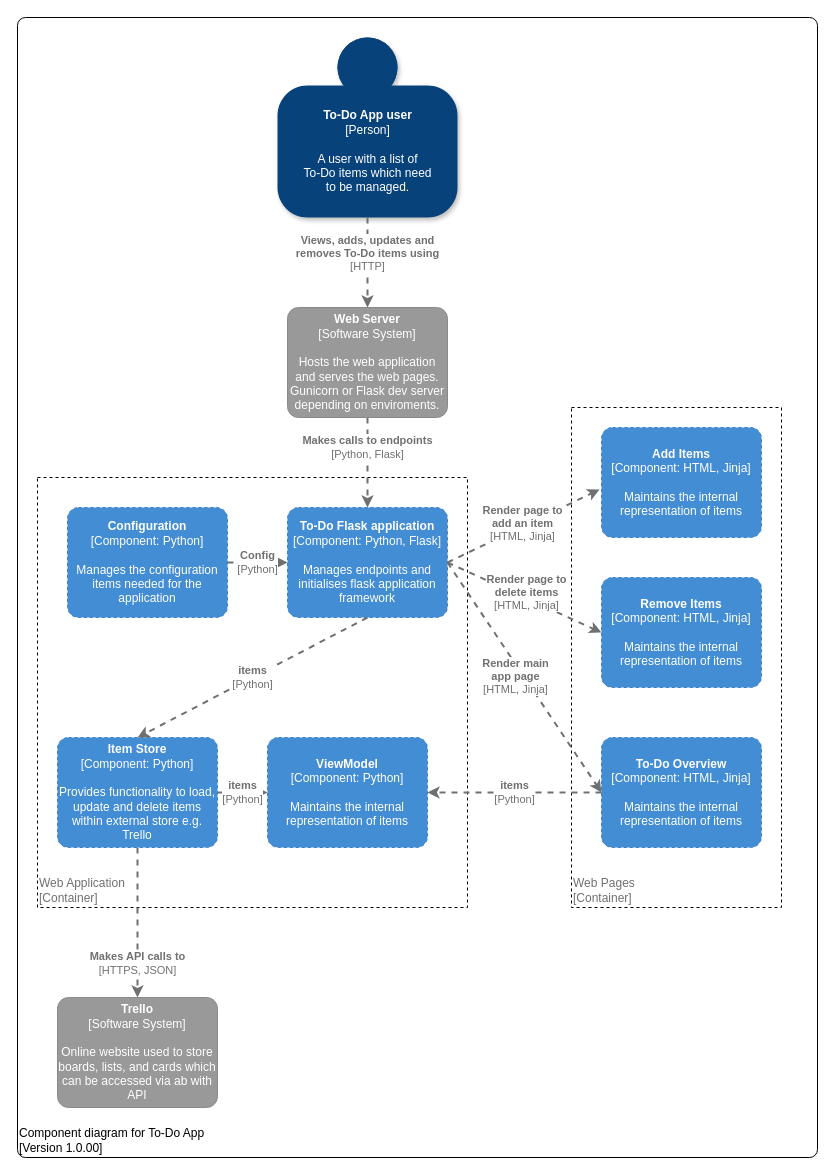
This is page "Component diagram" (3 of 4) of docs/c4model.drawio from pcoulso1/DevOps-Course-Starter, a draw.io file, before an edit. Source tidied: cells renumbered, new cells numbered last; positions are measured from the earlier drawing's top-left corner, leaving out a move shared by most shapes. Both pictures are drawn from the tidied source at 100%, with x=0, y=0 at pixel (17, 17).
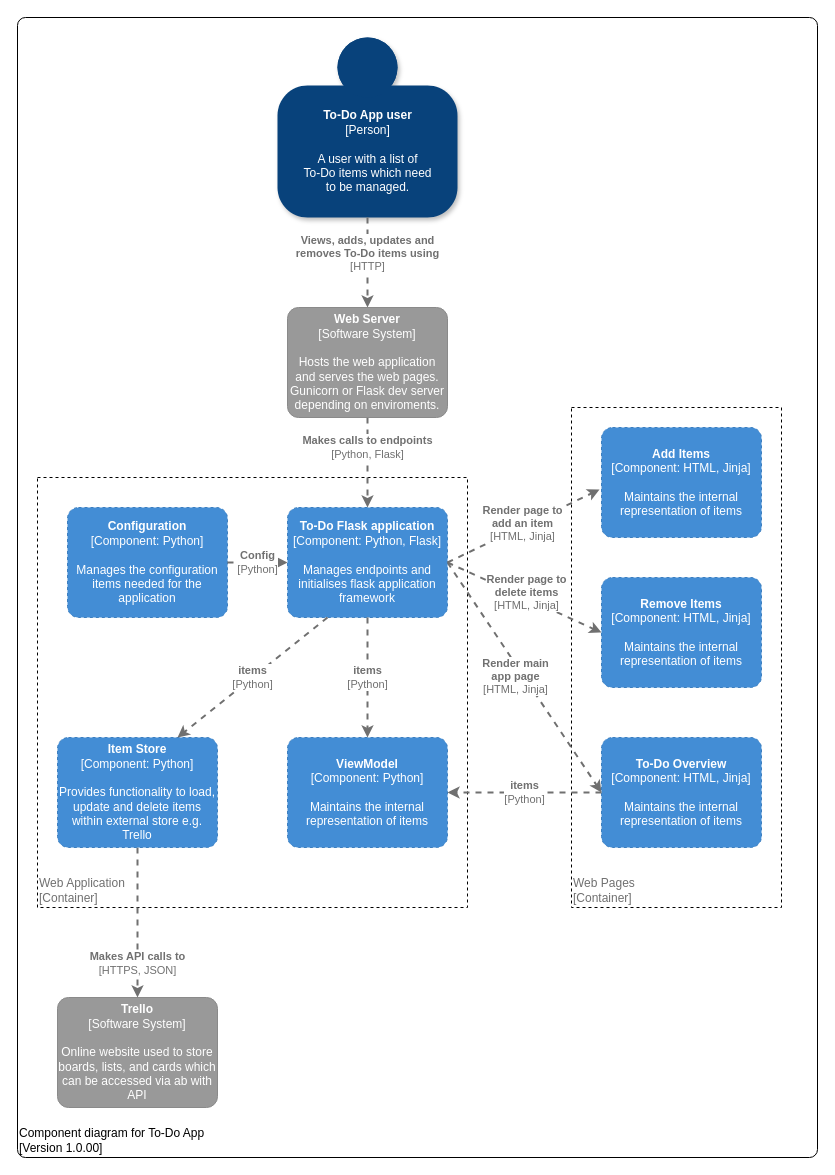
After the change.

Unchanged cells that the change refers to:
```xml
<object id="11" label="&lt;b&gt;%c4Name%&lt;/b&gt;&lt;div&gt;[%c4Type%: %c4Technology%]&lt;/div&gt;&lt;br&gt;&lt;div&gt;%c4Description%&lt;/div&gt;" c4Description="Manages endpoints and initialises flask application framework" c4Name="To-Do Flask application" c4Technology="Python, Flask" c4Type="Component" placeholders="1">
  <mxCell style="rounded=1;whiteSpace=wrap;html=1;labelBackgroundColor=none;fillColor=#438DD5;fontColor=#ffffff;align=center;arcSize=10;strokeColor=#3C7FC0;metaData={&quot;c4Type&quot;:{&quot;editable&quot;:false}};points=[[0.25,0,0],[0.5,0,0],[0.75,0,0],[1,0.25,0],[1,0.5,0],[1,0.75,0],[0.75,1,0],[0.5,1,0],[0.25,1,0],[0,0.75,0],[0,0.5,0],[0,0.25,0]];shadow=0;dashed=1;" parent="1" vertex="1">
    <mxGeometry x="270" y="490" width="160" height="110" as="geometry" />
  </mxCell>
</object>
<object id="12" label="&lt;b&gt;%c4Name%&lt;/b&gt;&lt;div&gt;[%c4Type%: %c4Technology%]&lt;/div&gt;&lt;br&gt;&lt;div&gt;%c4Description%&lt;/div&gt;" c4Description="Provides functionality to load, update and delete items within external store e.g. Trello" c4Name="Item Store" c4Technology="Python" c4Type="Component" placeholders="1">
  <mxCell style="rounded=1;whiteSpace=wrap;html=1;labelBackgroundColor=none;fillColor=#438DD5;fontColor=#ffffff;align=center;arcSize=10;strokeColor=#3C7FC0;metaData={&quot;c4Type&quot;:{&quot;editable&quot;:false}};points=[[0.25,0,0],[0.5,0,0],[0.75,0,0],[1,0.25,0],[1,0.5,0],[1,0.75,0],[0.75,1,0],[0.5,1,0],[0.25,1,0],[0,0.75,0],[0,0.5,0],[0,0.25,0]];shadow=0;dashed=1;" parent="1" vertex="1">
    <mxGeometry x="40" y="720" width="160" height="110" as="geometry" />
  </mxCell>
</object>
```

Change to the diagram source:
```diff
@@
     <object id="14" label="&lt;b&gt;%c4Name%&lt;/b&gt;&lt;div&gt;[%c4Type%: %c4Technology%]&lt;/div&gt;&lt;br&gt;&lt;div&gt;%c4Description%&lt;/div&gt;" c4Description="Maintains the internal representation of items" c4Name="ViewModel" c4Technology="Python" c4Type="Component" placeholders="1">
       <mxCell style="rounded=1;whiteSpace=wrap;html=1;labelBackgroundColor=none;fillColor=#438DD5;fontColor=#ffffff;align=center;arcSize=10;strokeColor=#3C7FC0;metaData={&quot;c4Type&quot;:{&quot;editable&quot;:false}};points=[[0.25,0,0],[0.5,0,0],[0.75,0,0],[1,0.25,0],[1,0.5,0],[1,0.75,0],[0.75,1,0],[0.5,1,0],[0.25,1,0],[0,0.75,0],[0,0.5,0],[0,0.25,0]];shadow=0;dashed=1;" parent="1" vertex="1">
-        <mxGeometry x="250" y="720" width="160" height="110" as="geometry" />
+        <mxGeometry x="270" y="720" width="160" height="110" as="geometry" />
       </mxCell>
     </object>
@@
     <object id="22" label="&lt;div style=&quot;text-align: left&quot;&gt;&lt;div style=&quot;text-align: center&quot;&gt;&lt;b&gt;%c4Description%&lt;/b&gt;&lt;/div&gt;&lt;div style=&quot;text-align: center&quot;&gt;[%c4Technology%]&lt;/div&gt;&lt;/div&gt;" c4Description="items" c4Technology="Python" placeholders="1">
-      <mxCell style="edgeStyle=none;rounded=0;html=1;entryX=0.5;entryY=0;jettySize=auto;strokeColor=#707070;strokeWidth=2;fontColor=#707070;jumpStyle=none;dashed=1;metaData={&quot;c4Type&quot;:{&quot;editable&quot;:false}};exitX=0.5;exitY=1;exitDx=0;exitDy=0;exitPerimeter=0;entryDx=0;entryDy=0;entryPerimeter=0;" parent="1" edge="1" source="11" target="12">
+      <mxCell style="edgeStyle=none;rounded=0;html=1;entryX=0.75;entryY=0;jettySize=auto;strokeColor=#707070;strokeWidth=2;fontColor=#707070;jumpStyle=none;dashed=1;metaData={&quot;c4Type&quot;:{&quot;editable&quot;:false}};exitX=0.25;exitY=1;exitDx=0;exitDy=0;exitPerimeter=0;entryDx=0;entryDy=0;entryPerimeter=0;" parent="1" edge="1" source="11" target="12">
         <mxGeometry relative="1" as="geometry" />
       </mxCell>
     </object>
@@
     <object id="24" label="&lt;div style=&quot;text-align: left&quot;&gt;&lt;div style=&quot;text-align: center&quot;&gt;&lt;b&gt;%c4Description%&lt;/b&gt;&lt;/div&gt;&lt;div style=&quot;text-align: center&quot;&gt;[%c4Technology%]&lt;/div&gt;&lt;/div&gt;" c4Description="items" c4Technology="Python" placeholders="1">
-      <mxCell style="edgeStyle=none;rounded=0;html=1;entryX=0;entryY=0.5;jettySize=auto;strokeColor=#707070;strokeWidth=2;fontColor=#707070;jumpStyle=none;dashed=1;metaData={&quot;c4Type&quot;:{&quot;editable&quot;:false}};exitX=1;exitY=0.5;exitDx=0;exitDy=0;exitPerimeter=0;entryDx=0;entryDy=0;entryPerimeter=0;" parent="1" edge="1" source="12" target="14">
+      <mxCell style="edgeStyle=none;rounded=0;html=1;entryX=0.5;entryY=0;jettySize=auto;strokeColor=#707070;strokeWidth=2;fontColor=#707070;jumpStyle=none;dashed=1;metaData={&quot;c4Type&quot;:{&quot;editable&quot;:false}};exitX=0.5;exitY=1;exitDx=0;exitDy=0;exitPerimeter=0;entryDx=0;entryDy=0;entryPerimeter=0;" parent="1" edge="1" source="11" target="14">
         <mxGeometry relative="1" as="geometry" />
       </mxCell>
     </object>
```
